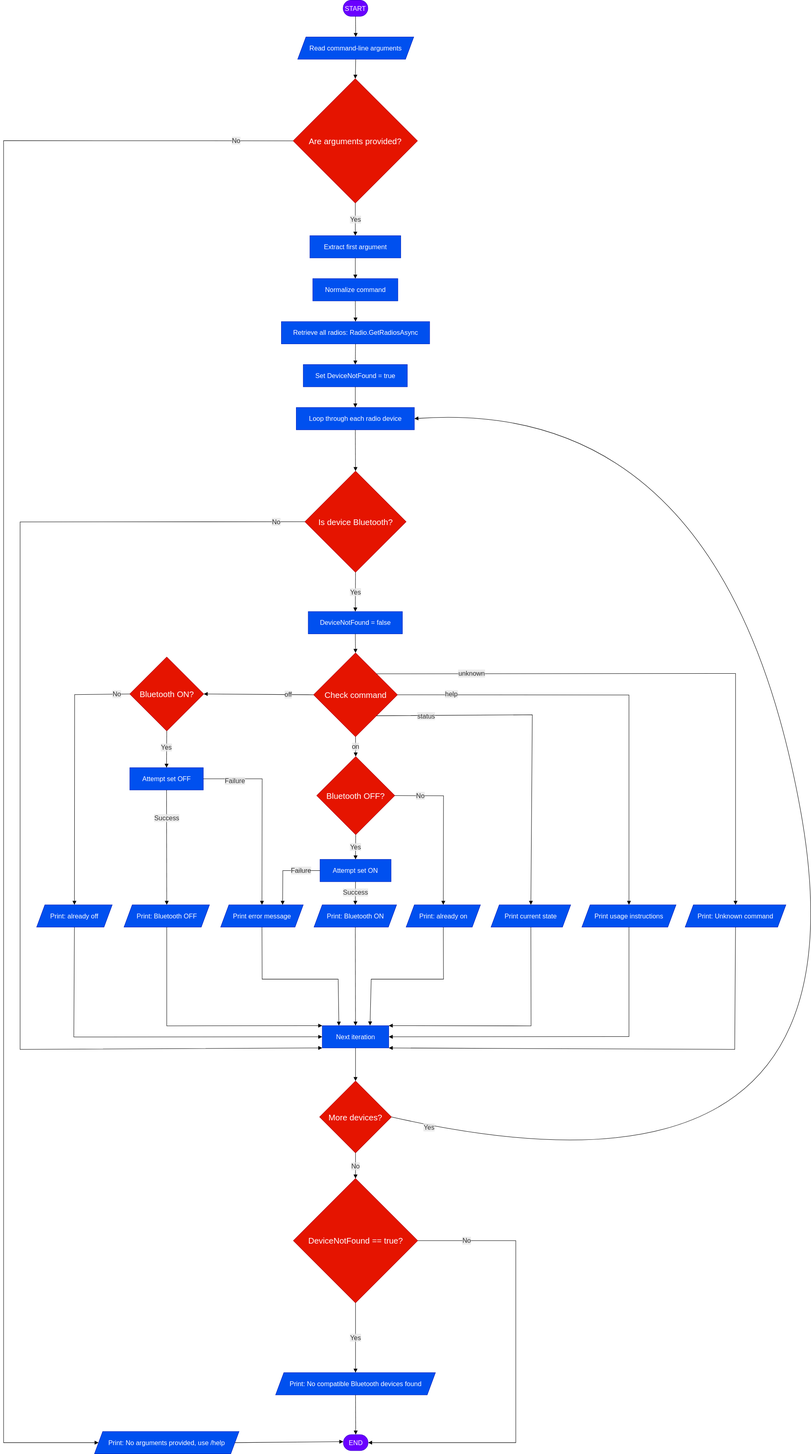
Above: Bluetooth.drawio.svg in KiyomizuSuzu/Bluetooth (draw.io), before the change. Source tidied: cells renumbered, new cells last; positions are measured from the earlier drawing's top-left corner, leaving out a move shared by most shapes.
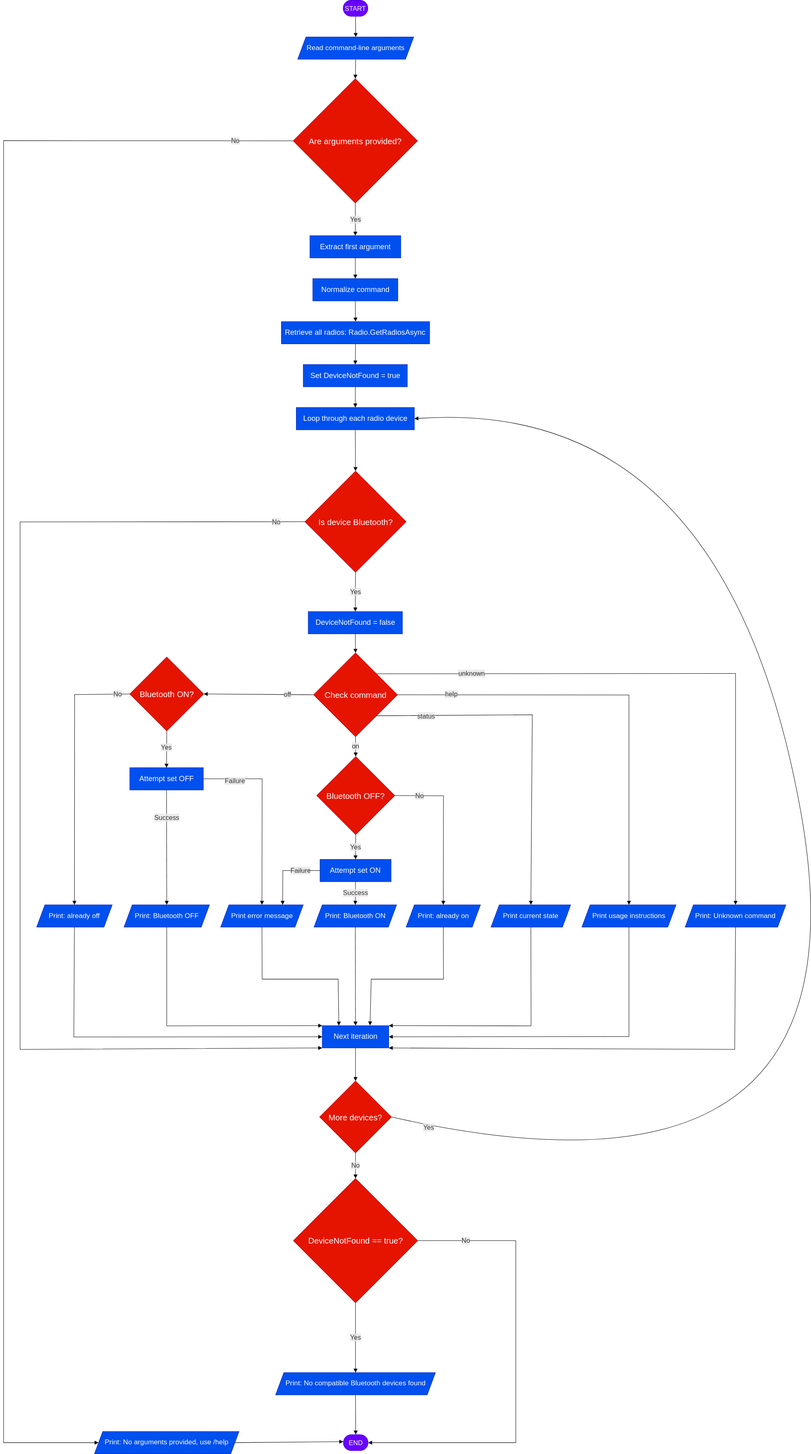
Later version of the same file.

Change to the diagram source:
```diff
@@ -5,40 +5,40 @@
     <mxCell id="2" value="START" style="html=1;rounded=1;whiteSpace=wrap;arcSize=50;strokeWidth=1;fontFamily=Trebuchet MS,Verdana,Arial,sans-serif;fontSize=16;fillColor=#6a00ff;fontColor=#ffffff;strokeColor=#3700CC;gradientColor=none;glass=0;shadow=0;" parent="1" vertex="1">
       <mxGeometry x="822" width="60" height="39" as="geometry" />
     </mxCell>
-    <mxCell id="3" value="Read command-line arguments" style="html=1;whiteSpace=wrap;strokeWidth=1;fontFamily=Trebuchet MS,Verdana,Arial,sans-serif;fontSize=16;fillColor=light-dark(#0050EF,#FFE599);strokeColor=#001DBC;convertToSvg=0;svgWhiteSpace=wrap;shape=parallelogram;perimeter=parallelogramPerimeter;fixedSize=1;fontColor=#ffffff;gradientColor=none;" parent="1" vertex="1">
+    <mxCell id="3" value="Read command-line arguments" style="html=1;whiteSpace=wrap;strokeWidth=1;fontFamily=Trebuchet MS,Verdana,Arial,sans-serif;fontSize=17;fillColor=light-dark(#0050EF,#FFE599);strokeColor=#001DBC;convertToSvg=0;svgWhiteSpace=wrap;shape=parallelogram;perimeter=parallelogramPerimeter;fixedSize=1;fontColor=#ffffff;gradientColor=none;" parent="1" vertex="1">
       <mxGeometry x="712" y="89" width="281" height="54" as="geometry" />
     </mxCell>
     <mxCell id="4" value="Are arguments provided?" style="rhombus;html=1;strokeWidth=1;whiteSpace=wrap;fontFamily=Trebuchet MS,Verdana,Arial,sans-serif;fontSize=20;fillColor=#e51400;fontColor=#ffffff;strokeColor=#B20000;" parent="1" vertex="1">
       <mxGeometry x="701" y="190" width="301" height="301" as="geometry" />
     </mxCell>
-    <mxCell id="5" value="Print: No arguments provided, use /help" style="html=1;whiteSpace=wrap;strokeWidth=1;fontFamily=Trebuchet MS,Verdana,Arial,sans-serif;fontSize=16;fillColor=light-dark(#0050EF,#FFE599);strokeColor=#001DBC;shape=parallelogram;perimeter=parallelogramPerimeter;fixedSize=1;fontColor=#ffffff;gradientColor=none;" parent="1" vertex="1">
+    <mxCell id="5" value="Print: No arguments provided, use /help" style="html=1;whiteSpace=wrap;strokeWidth=1;fontFamily=Trebuchet MS,Verdana,Arial,sans-serif;fontSize=17;fillColor=light-dark(#0050EF,#FFE599);strokeColor=#001DBC;shape=parallelogram;perimeter=parallelogramPerimeter;fixedSize=1;fontColor=#ffffff;gradientColor=none;" parent="1" vertex="1">
       <mxGeometry x="220" y="3465" width="350" height="54" as="geometry" />
     </mxCell>
     <mxCell id="6" value="END" style="html=1;rounded=1;whiteSpace=wrap;arcSize=50;strokeWidth=1;fontFamily=Trebuchet MS,Verdana,Arial,sans-serif;fontSize=16;fillColor=#6a00ff;fontColor=#ffffff;strokeColor=#3700CC;" parent="1" vertex="1">
       <mxGeometry x="822.5" y="3472.5" width="60" height="39" as="geometry" />
     </mxCell>
-    <mxCell id="7" value="Extract first argument" style="html=1;whiteSpace=wrap;strokeWidth=1;fontFamily=Trebuchet MS,Verdana,Arial,sans-serif;fontSize=16;fillColor=#0050ef;fontColor=#ffffff;strokeColor=#001DBC;" parent="1" vertex="1">
+    <mxCell id="7" value="Extract first argument" style="html=1;whiteSpace=wrap;strokeWidth=1;fontFamily=Trebuchet MS,Verdana,Arial,sans-serif;fontSize=18;fillColor=#0050ef;fontColor=#ffffff;strokeColor=#001DBC;" parent="1" vertex="1">
       <mxGeometry x="741.5" y="570" width="220" height="54" as="geometry" />
     </mxCell>
-    <mxCell id="8" value="Normalize command" style="html=1;whiteSpace=wrap;strokeWidth=1;fontFamily=Trebuchet MS,Verdana,Arial,sans-serif;fontSize=16;fillColor=#0050ef;fontColor=#ffffff;strokeColor=#001DBC;" parent="1" vertex="1">
+    <mxCell id="8" value="Normalize command" style="html=1;whiteSpace=wrap;strokeWidth=1;fontFamily=Trebuchet MS,Verdana,Arial,sans-serif;fontSize=18;fillColor=#0050ef;fontColor=#ffffff;strokeColor=#001DBC;" parent="1" vertex="1">
       <mxGeometry x="748.5" y="674" width="206" height="54" as="geometry" />
     </mxCell>
-    <mxCell id="9" value="Retrieve all radios: Radio.GetRadiosAsync" style="html=1;whiteSpace=wrap;strokeWidth=1;fontFamily=Trebuchet MS,Verdana,Arial,sans-serif;fontSize=16;fillColor=#0050ef;fontColor=#ffffff;strokeColor=#001DBC;" parent="1" vertex="1">
+    <mxCell id="9" value="Retrieve all radios: Radio.GetRadiosAsync" style="html=1;whiteSpace=wrap;strokeWidth=1;fontFamily=Trebuchet MS,Verdana,Arial,sans-serif;fontSize=18;fillColor=#0050ef;fontColor=#ffffff;strokeColor=#001DBC;" parent="1" vertex="1">
       <mxGeometry x="672.5" y="778" width="359" height="54" as="geometry" />
     </mxCell>
-    <mxCell id="10" value="Set DeviceNotFound = true" style="html=1;whiteSpace=wrap;strokeWidth=1;fontFamily=Trebuchet MS,Verdana,Arial,sans-serif;fontSize=16;fillColor=#0050ef;fontColor=#ffffff;strokeColor=#001DBC;" parent="1" vertex="1">
+    <mxCell id="10" value="Set DeviceNotFound = true" style="html=1;whiteSpace=wrap;strokeWidth=1;fontFamily=Trebuchet MS,Verdana,Arial,sans-serif;fontSize=18;fillColor=#0050ef;fontColor=#ffffff;strokeColor=#001DBC;" parent="1" vertex="1">
       <mxGeometry x="725.5" y="882" width="252" height="54" as="geometry" />
     </mxCell>
-    <mxCell id="11" value="Loop through each radio device" style="html=1;whiteSpace=wrap;strokeWidth=1;fontFamily=Trebuchet MS,Verdana,Arial,sans-serif;fontSize=16;fillColor=#0050ef;fontColor=#ffffff;strokeColor=#001DBC;" parent="1" vertex="1">
+    <mxCell id="11" value="Loop through each radio device" style="html=1;whiteSpace=wrap;strokeWidth=1;fontFamily=Trebuchet MS,Verdana,Arial,sans-serif;fontSize=18;fillColor=#0050ef;fontColor=#ffffff;strokeColor=#001DBC;" parent="1" vertex="1">
       <mxGeometry x="708.5" y="986" width="286" height="54" as="geometry" />
     </mxCell>
     <mxCell id="12" value="Is device Bluetooth?" style="rhombus;html=1;strokeWidth=1;whiteSpace=wrap;fontFamily=Trebuchet MS,Verdana,Arial,sans-serif;fontSize=20;fillColor=#e51400;fontColor=#ffffff;strokeColor=#B20000;" parent="1" vertex="1">
       <mxGeometry x="729.5" y="1140" width="245" height="245" as="geometry" />
     </mxCell>
-    <mxCell id="13" value="Next iteration" style="html=1;whiteSpace=wrap;strokeWidth=1;fontFamily=Trebuchet MS,Verdana,Arial,sans-serif;fontSize=16;fillColor=#0050ef;fontColor=#ffffff;strokeColor=#001DBC;" parent="1" vertex="1">
+    <mxCell id="13" value="Next iteration" style="html=1;whiteSpace=wrap;strokeWidth=1;fontFamily=Trebuchet MS,Verdana,Arial,sans-serif;fontSize=18;fillColor=#0050ef;fontColor=#ffffff;strokeColor=#001DBC;" parent="1" vertex="1">
       <mxGeometry x="771.5" y="2482.5" width="161" height="54" as="geometry" />
     </mxCell>
-    <mxCell id="14" value="DeviceNotFound = false" style="html=1;whiteSpace=wrap;strokeWidth=1;fontFamily=Trebuchet MS,Verdana,Arial,sans-serif;fontSize=16;fillColor=#0050ef;fontColor=#ffffff;strokeColor=#001DBC;" parent="1" vertex="1">
+    <mxCell id="14" value="DeviceNotFound = false" style="html=1;whiteSpace=wrap;strokeWidth=1;fontFamily=Trebuchet MS,Verdana,Arial,sans-serif;fontSize=18;fillColor=#0050ef;fontColor=#ffffff;strokeColor=#001DBC;" parent="1" vertex="1">
       <mxGeometry x="737.5" y="1480" width="228" height="54" as="geometry" />
     </mxCell>
     <mxCell id="15" value="Check command" style="rhombus;html=1;strokeWidth=1;whiteSpace=wrap;fontFamily=Trebuchet MS,Verdana,Arial,sans-serif;fontSize=20;fillColor=#e51400;fontColor=#ffffff;strokeColor=#B20000;" parent="1" vertex="1">
@@ -47,37 +47,37 @@
     <mxCell id="16" value="Bluetooth ON?" style="rhombus;html=1;strokeWidth=1;whiteSpace=wrap;fontFamily=Trebuchet MS,Verdana,Arial,sans-serif;fontSize=20;fillColor=#e51400;fontColor=#ffffff;strokeColor=#B20000;" parent="1" vertex="1">
       <mxGeometry x="305.5" y="1590" width="179" height="179" as="geometry" />
     </mxCell>
-    <mxCell id="17" value="Attempt set OFF" style="html=1;whiteSpace=wrap;strokeWidth=1;fontFamily=Trebuchet MS,Verdana,Arial,sans-serif;fontSize=16;fillColor=#0050ef;fontColor=#ffffff;strokeColor=#001DBC;" parent="1" vertex="1">
+    <mxCell id="17" value="Attempt set OFF" style="html=1;whiteSpace=wrap;strokeWidth=1;fontFamily=Trebuchet MS,Verdana,Arial,sans-serif;fontSize=18;fillColor=#0050ef;fontColor=#ffffff;strokeColor=#001DBC;" parent="1" vertex="1">
       <mxGeometry x="305.5" y="1858" width="178" height="54" as="geometry" />
     </mxCell>
-    <mxCell id="18" value="Print: Bluetooth OFF" style="html=1;whiteSpace=wrap;strokeWidth=1;fontFamily=Trebuchet MS,Verdana,Arial,sans-serif;fontSize=16;fillColor=light-dark(#0050EF,#FFE599);strokeColor=#001DBC;shape=parallelogram;perimeter=parallelogramPerimeter;fixedSize=1;fontColor=#ffffff;gradientColor=none;" parent="1" vertex="1">
+    <mxCell id="18" value="Print: Bluetooth OFF" style="html=1;whiteSpace=wrap;strokeWidth=1;fontFamily=Trebuchet MS,Verdana,Arial,sans-serif;fontSize=17;fillColor=light-dark(#0050EF,#FFE599);strokeColor=#001DBC;shape=parallelogram;perimeter=parallelogramPerimeter;fixedSize=1;fontColor=#ffffff;gradientColor=none;" parent="1" vertex="1">
       <mxGeometry x="291.5" y="2190" width="207" height="54" as="geometry" />
     </mxCell>
-    <mxCell id="19" value="Print error message" style="html=1;whiteSpace=wrap;strokeWidth=1;fontFamily=Trebuchet MS,Verdana,Arial,sans-serif;fontSize=16;fillColor=light-dark(#0050EF,#FFE599);strokeColor=#001DBC;shape=parallelogram;perimeter=parallelogramPerimeter;fixedSize=1;fontColor=#ffffff;gradientColor=none;" parent="1" vertex="1">
+    <mxCell id="19" value="Print error message" style="html=1;whiteSpace=wrap;strokeWidth=1;fontFamily=Trebuchet MS,Verdana,Arial,sans-serif;fontSize=17;fillColor=light-dark(#0050EF,#FFE599);strokeColor=#001DBC;shape=parallelogram;perimeter=parallelogramPerimeter;fixedSize=1;fontColor=#ffffff;gradientColor=none;" parent="1" vertex="1">
       <mxGeometry x="525.5" y="2190" width="200" height="54" as="geometry" />
     </mxCell>
-    <mxCell id="20" value="Print: already off" style="html=1;whiteSpace=wrap;strokeWidth=1;fontFamily=Trebuchet MS,Verdana,Arial,sans-serif;fontSize=16;fillColor=light-dark(#0050EF,#FFE599);fontColor=#ffffff;strokeColor=#001DBC;shape=parallelogram;perimeter=parallelogramPerimeter;fixedSize=1;" parent="1" vertex="1">
+    <mxCell id="20" value="Print: already off" style="html=1;whiteSpace=wrap;strokeWidth=1;fontFamily=Trebuchet MS,Verdana,Arial,sans-serif;fontSize=17;fillColor=light-dark(#0050EF,#FFE599);fontColor=#ffffff;strokeColor=#001DBC;shape=parallelogram;perimeter=parallelogramPerimeter;fixedSize=1;" parent="1" vertex="1">
       <mxGeometry x="80" y="2190" width="183" height="54" as="geometry" />
     </mxCell>
     <mxCell id="21" value="Bluetooth OFF?" style="rhombus;html=1;strokeWidth=1;whiteSpace=wrap;fontFamily=Trebuchet MS,Verdana,Arial,sans-serif;fontSize=20;fillColor=#e51400;fontColor=#ffffff;strokeColor=#B20000;" parent="1" vertex="1">
       <mxGeometry x="758" y="1831" width="189" height="189" as="geometry" />
     </mxCell>
-    <mxCell id="22" value="Attempt set ON" style="html=1;whiteSpace=wrap;strokeWidth=1;fontFamily=Trebuchet MS,Verdana,Arial,sans-serif;fontSize=16;fillColor=#0050ef;fontColor=#ffffff;strokeColor=#001DBC;" parent="1" vertex="1">
+    <mxCell id="22" value="Attempt set ON" style="html=1;whiteSpace=wrap;strokeWidth=1;fontFamily=Trebuchet MS,Verdana,Arial,sans-serif;fontSize=18;fillColor=#0050ef;fontColor=#ffffff;strokeColor=#001DBC;" parent="1" vertex="1">
       <mxGeometry x="766" y="2080" width="172" height="54" as="geometry" />
     </mxCell>
-    <mxCell id="23" value="Print: Bluetooth ON" style="html=1;whiteSpace=wrap;strokeWidth=1;fontFamily=Trebuchet MS,Verdana,Arial,sans-serif;fontSize=16;fillColor=light-dark(#0050EF,#FFE599);strokeColor=#001DBC;shape=parallelogram;perimeter=parallelogramPerimeter;fixedSize=1;fontColor=#ffffff;gradientColor=none;" parent="1" vertex="1">
+    <mxCell id="23" value="Print: Bluetooth ON" style="html=1;whiteSpace=wrap;strokeWidth=1;fontFamily=Trebuchet MS,Verdana,Arial,sans-serif;fontSize=17;fillColor=light-dark(#0050EF,#FFE599);strokeColor=#001DBC;shape=parallelogram;perimeter=parallelogramPerimeter;fixedSize=1;fontColor=#ffffff;gradientColor=none;" parent="1" vertex="1">
       <mxGeometry x="751.5" y="2190" width="200" height="54" as="geometry" />
     </mxCell>
-    <mxCell id="24" value="Print: already on" style="html=1;whiteSpace=wrap;strokeWidth=1;fontFamily=Trebuchet MS,Verdana,Arial,sans-serif;fontSize=16;fillColor=light-dark(#0050EF,#FFE599);strokeColor=#001DBC;shape=parallelogram;perimeter=parallelogramPerimeter;fixedSize=1;fontColor=#ffffff;gradientColor=none;" parent="1" vertex="1">
+    <mxCell id="24" value="Print: already on" style="html=1;whiteSpace=wrap;strokeWidth=1;fontFamily=Trebuchet MS,Verdana,Arial,sans-serif;fontSize=17;fillColor=light-dark(#0050EF,#FFE599);strokeColor=#001DBC;shape=parallelogram;perimeter=parallelogramPerimeter;fixedSize=1;fontColor=#ffffff;gradientColor=none;" parent="1" vertex="1">
       <mxGeometry x="974.5" y="2190" width="180" height="54" as="geometry" />
     </mxCell>
-    <mxCell id="25" value="Print current state" style="html=1;whiteSpace=wrap;strokeWidth=1;fontFamily=Trebuchet MS,Verdana,Arial,sans-serif;fontSize=16;fillColor=light-dark(#0050EF,#FFE599);strokeColor=#001DBC;shape=parallelogram;perimeter=parallelogramPerimeter;fixedSize=1;fontColor=#ffffff;gradientColor=none;" parent="1" vertex="1">
+    <mxCell id="25" value="Print current state" style="html=1;whiteSpace=wrap;strokeWidth=1;fontFamily=Trebuchet MS,Verdana,Arial,sans-serif;fontSize=17;fillColor=light-dark(#0050EF,#FFE599);strokeColor=#001DBC;shape=parallelogram;perimeter=parallelogramPerimeter;fixedSize=1;fontColor=#ffffff;gradientColor=none;" parent="1" vertex="1">
       <mxGeometry x="1180" y="2190" width="193" height="54" as="geometry" />
     </mxCell>
-    <mxCell id="26" value="Print usage instructions" style="html=1;whiteSpace=wrap;strokeWidth=1;fontFamily=Trebuchet MS,Verdana,Arial,sans-serif;fontSize=16;fillColor=light-dark(#0050EF,#FFE599);strokeColor=#001DBC;shape=parallelogram;perimeter=parallelogramPerimeter;fixedSize=1;fontColor=#ffffff;gradientColor=none;" parent="1" vertex="1">
+    <mxCell id="26" value="Print usage instructions" style="html=1;whiteSpace=wrap;strokeWidth=1;fontFamily=Trebuchet MS,Verdana,Arial,sans-serif;fontSize=17;fillColor=light-dark(#0050EF,#FFE599);strokeColor=#001DBC;shape=parallelogram;perimeter=parallelogramPerimeter;fixedSize=1;fontColor=#ffffff;gradientColor=none;" parent="1" vertex="1">
       <mxGeometry x="1400" y="2190" width="228" height="54" as="geometry" />
     </mxCell>
-    <mxCell id="27" value="Print: Unknown command" style="html=1;whiteSpace=wrap;strokeWidth=1;fontFamily=Trebuchet MS,Verdana,Arial,sans-serif;fontSize=16;fillColor=light-dark(#0050EF,#FFE599);strokeColor=#001DBC;shape=parallelogram;perimeter=parallelogramPerimeter;fixedSize=1;fontColor=#ffffff;gradientColor=none;" parent="1" vertex="1">
+    <mxCell id="27" value="Print: Unknown command" style="html=1;whiteSpace=wrap;strokeWidth=1;fontFamily=Trebuchet MS,Verdana,Arial,sans-serif;fontSize=17;fillColor=light-dark(#0050EF,#FFE599);strokeColor=#001DBC;shape=parallelogram;perimeter=parallelogramPerimeter;fixedSize=1;fontColor=#ffffff;gradientColor=none;" parent="1" vertex="1">
       <mxGeometry x="1650" y="2190" width="244" height="54" as="geometry" />
     </mxCell>
     <mxCell id="28" value="More devices?" style="rhombus;html=1;strokeWidth=1;whiteSpace=wrap;fontFamily=Trebuchet MS,Verdana,Arial,sans-serif;fontSize=20;fillColor=#e51400;fontColor=#ffffff;strokeColor=#B20000;" parent="1" vertex="1">
@@ -86,7 +86,7 @@
     <mxCell id="29" value="DeviceNotFound == true?" style="rhombus;html=1;strokeWidth=1;whiteSpace=wrap;fontFamily=Trebuchet MS,Verdana,Arial,sans-serif;fontSize=20;fillColor=#e51400;fontColor=#ffffff;strokeColor=#B20000;" parent="1" vertex="1">
       <mxGeometry x="701.5" y="2852.5" width="301" height="301" as="geometry" />
     </mxCell>
-    <mxCell id="30" value="Print: No compatible Bluetooth devices found" style="html=1;whiteSpace=wrap;strokeWidth=1;fontFamily=Trebuchet MS,Verdana,Arial,sans-serif;fontSize=16;fillColor=light-dark(#0050EF,#FFE599);strokeColor=#001DBC;shape=parallelogram;perimeter=parallelogramPerimeter;fixedSize=1;fontColor=#ffffff;gradientColor=none;" parent="1" vertex="1">
+    <mxCell id="30" value="Print: No compatible Bluetooth devices found" style="html=1;whiteSpace=wrap;strokeWidth=1;fontFamily=Trebuchet MS,Verdana,Arial,sans-serif;fontSize=17;fillColor=light-dark(#0050EF,#FFE599);strokeColor=#001DBC;shape=parallelogram;perimeter=parallelogramPerimeter;fixedSize=1;fontColor=#ffffff;gradientColor=none;" parent="1" vertex="1">
       <mxGeometry x="658.5" y="3322.5" width="387" height="54" as="geometry" />
     </mxCell>
     <mxCell id="31" style="curved=1;startArrow=none;endArrow=block;endSize=7;exitX=0.5;exitY=1;entryX=0.5;entryY=0;rounded=0;" parent="1" edge="1" source="2" target="3">
```
